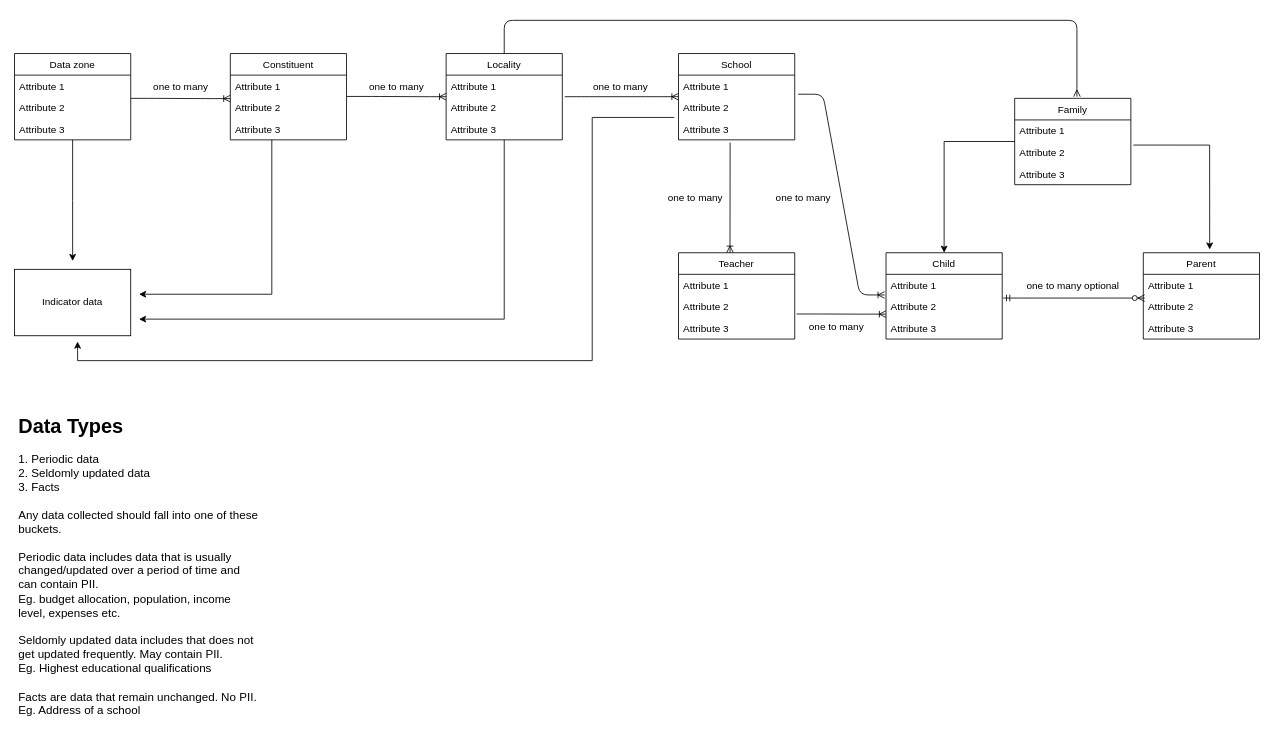
Above: information-mapping/assets/data-model.drawio in The-Data-for-Children-Collaborative/noral-tech-research (draw.io), before the change. Source tidied: cells renumbered, new cells numbered last; positions are measured from the earlier drawing's top-left corner, leaving out a move shared by most shapes. Both pictures are drawn from the tidied source at 83%, with x=0, y=0 at pixel (14, 20).
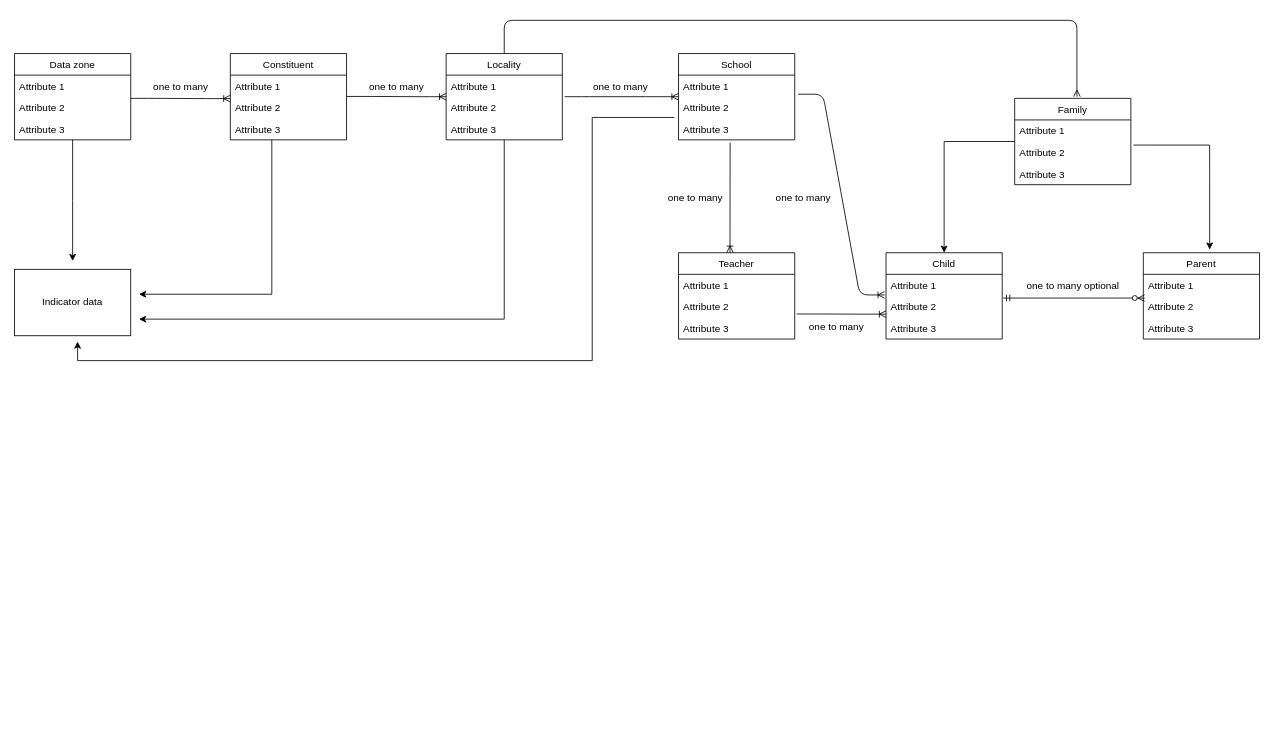
Above is the later version.

Commit message (it also covers changes not shown here):
updated data model diagram

Change to the diagram source:
```diff
@@
-    <mxCell id="56" value="&lt;p style=&quot;line-height: 120%&quot;&gt;&lt;/p&gt;&lt;h1&gt;Data Types&lt;/h1&gt;&lt;div style=&quot;font-size: 14px&quot;&gt;&lt;font style=&quot;font-size: 14px&quot;&gt;1. Periodic data&lt;/font&gt;&lt;/div&gt;&lt;div style=&quot;font-size: 14px&quot;&gt;&lt;font style=&quot;font-size: 14px&quot;&gt;2. Seldomly updated data&lt;/font&gt;&lt;/div&gt;&lt;div style=&quot;font-size: 14px&quot;&gt;&lt;font style=&quot;font-size: 14px&quot;&gt;3. Facts&lt;/font&gt;&lt;/div&gt;&lt;div style=&quot;font-size: 14px&quot;&gt;&lt;font style=&quot;font-size: 14px&quot;&gt;&lt;br&gt;&lt;/font&gt;&lt;/div&gt;&lt;div style=&quot;font-size: 14px&quot;&gt;Any data collected should fall into one of these buckets.&lt;/div&gt;&lt;div style=&quot;font-size: 14px&quot;&gt;&lt;br&gt;&lt;/div&gt;&lt;div style=&quot;font-size: 14px&quot;&gt;Periodic data includes data that is usually changed/updated over a period of time and can contain PII.&lt;/div&gt;&lt;div style=&quot;font-size: 14px&quot;&gt;Eg. budget allocation, population, income level, expenses etc.&lt;/div&gt;&lt;div style=&quot;font-size: 14px&quot;&gt;&lt;br&gt;&lt;/div&gt;&lt;div style=&quot;font-size: 14px&quot;&gt;Seldomly updated data includes that does not get updated frequently. May contain PII.&lt;/div&gt;&lt;div style=&quot;font-size: 14px&quot;&gt;Eg. Highest educational qualifications&lt;/div&gt;&lt;div style=&quot;font-size: 14px&quot;&gt;&lt;br&gt;&lt;/div&gt;&lt;div style=&quot;font-size: 14px&quot;&gt;Facts are data that remain unchanged. No PII.&lt;/div&gt;&lt;div style=&quot;font-size: 14px&quot;&gt;Eg. Address of a school&lt;/div&gt;&lt;p&gt;&lt;/p&gt;" style="text;html=1;strokeColor=none;fillColor=none;spacing=5;spacingTop=-20;whiteSpace=wrap;overflow=hidden;rounded=0;" parent="1" vertex="1">
-      <mxGeometry y="470" width="300" height="370" as="geometry" />
-    </mxCell>
```
